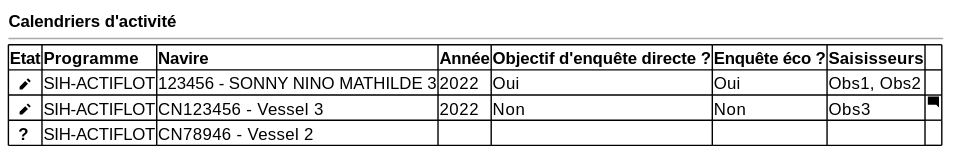
Earlier version of the PlantUML export projects/activity-calendar/spe/images/activity-calendar-table.svg (sumaris-net/sumaris-doc).
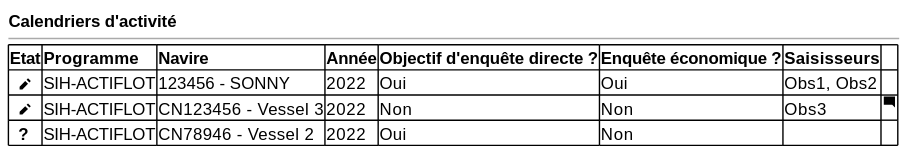
After the change.

Diff of the diagram source:
```diff
@@ -4,10 +4,10 @@
   --
 	{#
 
-     <b>Etat | <b>Programme | <b>Navire   | <b>Année | <b>Objectif d'enquête directe ? | <b>Enquête éco ?|<b>Saisisseurs | .
-     <b>  <&pencil> | SIH-ACTIFLOT | 123456 - SONNY NINO MATHILDE 3 | 2022 | Oui | Oui | Obs1, Obs2 | .
+     <b>Etat | <b>Programme | <b>Navire   | <b>Année | <b>Objectif d'enquête directe ? | <b>Enquête économique ?|<b>Saisisseurs | .
+     <b>  <&pencil> | SIH-ACTIFLOT | 123456 - SONNY | 2022 | Oui | Oui | Obs1, Obs2 | .
      <b>  <&pencil> | SIH-ACTIFLOT | CN123456 - Vessel 3 | 2022 | Non | Non | Obs3 | <&comment-square>
-     <b>  ? | SIH-ACTIFLOT | CN78946 - Vessel 2 | . | . | . | .
+     <b>  ? | SIH-ACTIFLOT | CN78946 - Vessel 2 | 2022 | Oui | Non | .
     }
 
 }
```
